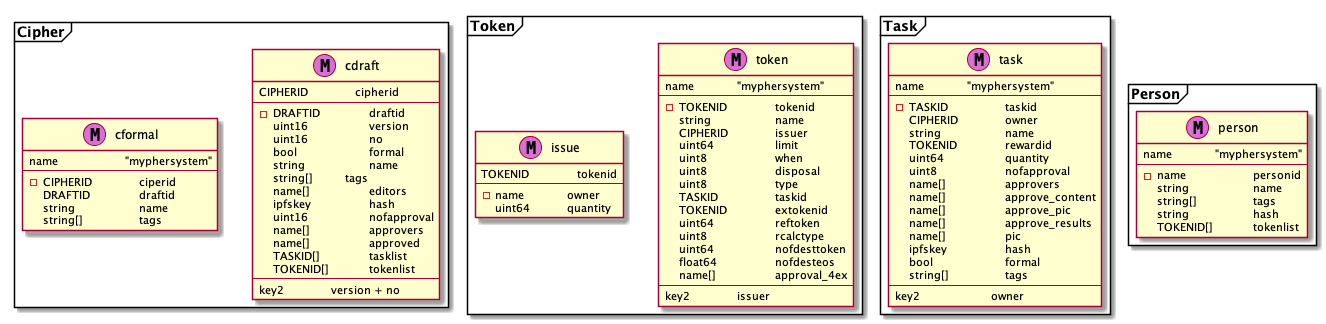
Earlier version of the PlantUML export doc/data_structure.png (mypher/mypher).
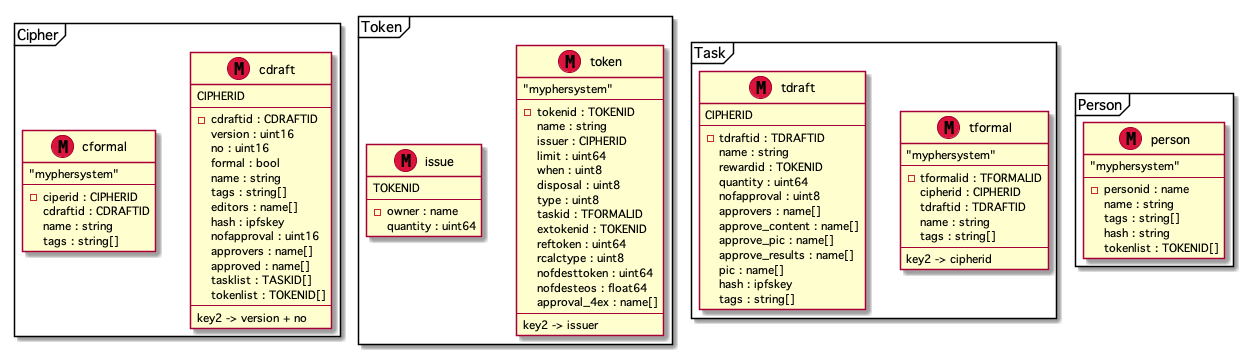
The same file after the commit.

Diff of the diagram source:
```diff
@@ -1,98 +1,107 @@
 @startuml
-
+skinparam {
+	defaultFontName Geneva
+}
 package Cipher <<Frame>> {
-	class cdraft << (M,orchid) >> {
-		CIPHERID		cipherid
+	class cdraft << (M,crimson) >> {
+		CIPHERID
 		--
-	   -DRAFTID			draftid
-	    uint16			version
-	    uint16			no
-		bool			formal
-		string			name
-		string[]		tags
-		name[]			editors
-		ipfskey			hash
-		uint16			nofapproval
-		name[]			approvers
-		name[]			approved
-		TASKID[]			tasklist
-		TOKENID[]		tokenlist
+		-cdraftid : CDRAFTID
+		version : uint16
+		no : uint16
+		formal : bool
+		name : string
+		tags : string[]
+		editors : name[]
+		hash : ipfskey
+		nofapproval : uint16
+		approvers : name[]
+		approved : name[]
+		tasklist : TASKID[]
+		tokenlist : TOKENID[]
 		--
-		key2		version + no
+		key2 -> version + no
 	}
 
-	class cformal << (M,orchid) >> {
-		name			"myphersystem"
+	class cformal << (M,crimson) >> {
+		"myphersystem"
 		--
-	   -CIPHERID		ciperid
-		DRAFTID			draftid
-		string			name
-		string[]			tags
+		-ciperid : CIPHERID
+		cdraftid : CDRAFTID
+		name : string
+		tags : string[]
 	}
 }
 
 package Token <<Frame>> {
-	class token << (M,orchid) >> {
-		name		"myphersystem"
+	class token << (M,crimson) >> {
+		"myphersystem"
 		--
-	   -TOKENID		tokenid
-		string			name
-		CIPHERID		issuer
-		uint64			limit
-		uint8			when
-		uint8			disposal
-		uint8			type
-		TASKID			taskid
-		TOKENID		extokenid
-		uint64			reftoken
-		uint8			rcalctype
-		uint64			nofdesttoken
-		float64			nofdesteos
-		name[]			approval_4ex
+		-tokenid : TOKENID
+		name : string
+		issuer : CIPHERID
+		limit : uint64
+		when : uint8
+		disposal : uint8
+		type : uint8
+		taskid : TFORMALID
+		extokenid : TOKENID
+		reftoken : uint64
+		rcalctype : uint8
+		nofdesttoken : uint64
+		nofdesteos : float64
+		approval_4ex : name[]
 		--
-		key2		issuer
+		key2 -> issuer
 	}
 
-	class issue << (M,orchid) >> {
-		TOKENID		tokenid
+	class issue << (M,crimson) >> {
+		TOKENID
 		--
-	   -name		owner
-		uint64		quantity
+		-owner : name
+		quantity : uint64
 	}
 }
 
 package Task <<Frame>> {
-	class task << (M,orchid) >> {
-		name		"myphersystem"
+	class tformal << (M,crimson) >> {
+		"myphersystem"
 		--
-	   -TASKID			taskid
-		CIPHERID		owner
-		string			name
-		TOKENID		rewardid
-		uint64			quantity
-		uint8			nofapproval
-		name[]			approvers
-		name[]			approve_content
-		name[]			approve_pic
-		name[]			approve_results
-		name[]			pic
-		ipfskey			hash
-		bool			formal
-		string[]			tags
+		-tformalid : TFORMALID
+		cipherid : CIPHERID
+		tdraftid : TDRAFTID
+		name : string
+		tags : string[]
 		--
-		key2			owner
+		key2 -> cipherid
+	}
+	class tdraft << (M,crimson) >> {
+		CIPHERID
+		--
+		-tdraftid : TDRAFTID
+		name : string
+		rewardid : TOKENID
+		quantity : uint64
+		nofapproval : uint8
+		approvers : name[]
+		approve_content : name[]
+		approve_pic : name[]
+		approve_results : name[]
+		pic : name[]
+		hash : ipfskey
+		tags : string[]
 	}
 }
 
 package Person <<Frame>> {
-	class person << (M,orchid) >> {
-		name		"myphersystem"
+	class person << (M,crimson) >> {
+		"myphersystem"
 		--
-	   -name			personid
-		string			name
-		string[]			tags
-		string			hash
-		TOKENID[]		tokenlist
+		-personid : name
+		name : string
+		tags : string[]
+		hash : string
+		tokenlist : TOKENID[]
 	}
 }
 
```
